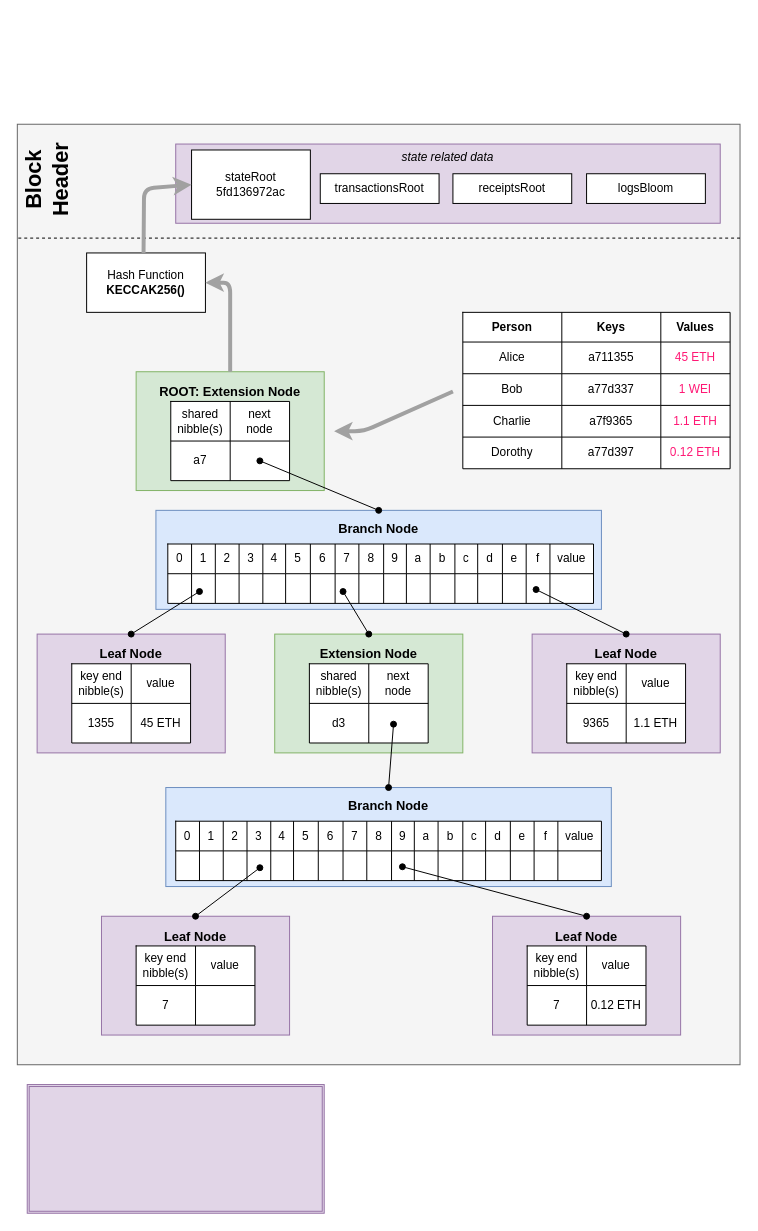
This is page "Page-4" (4 of 5) of _posts/fab-eth-v2/diagrams/block_structure.drawio from arnabkaycee/arnabkaycee.github.io, a draw.io file, before an edit. Source tidied: cells renumbered, new cells numbered last; positions are measured from the earlier drawing's top-left corner, leaving out a move shared by most shapes. Both pictures are drawn from the tidied source at 99%, with x=0, y=0 at pixel (-11, 124).
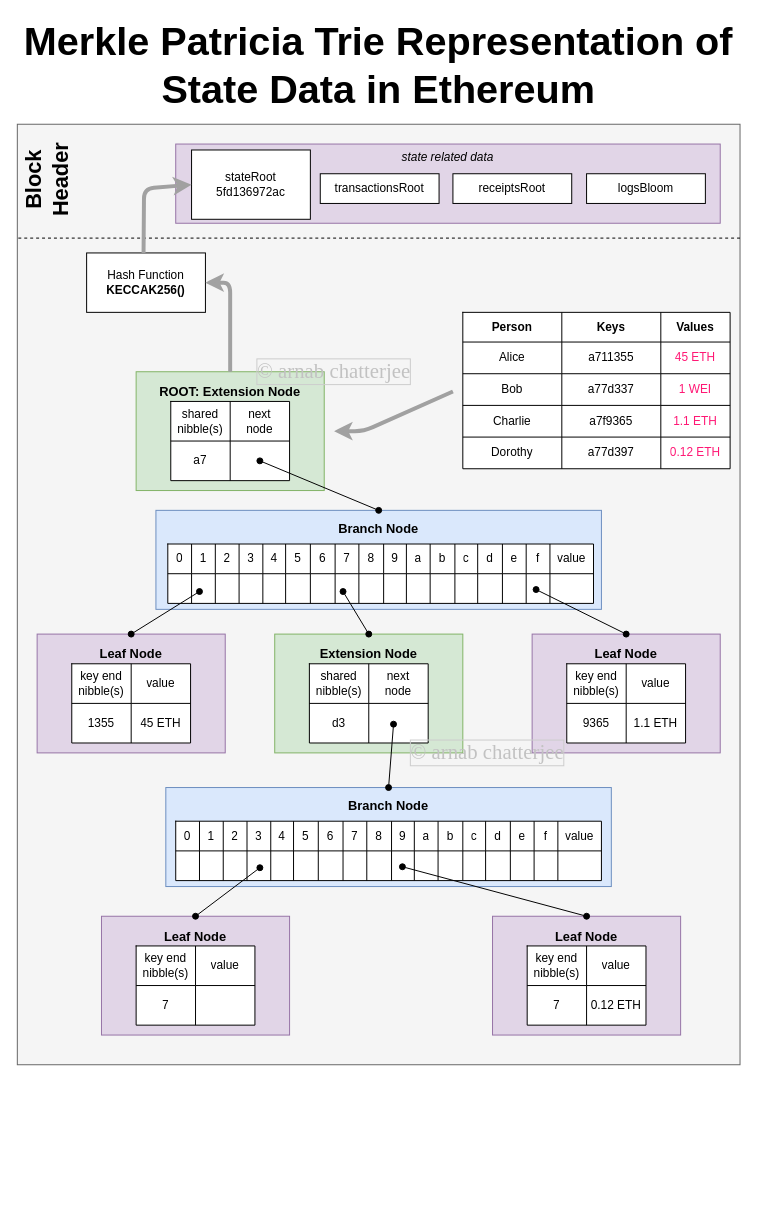
Above is the later version.

Diff of the diagram source:
```diff
@@
-    <mxCell id="174" style="shape=ext;double=1;rounded=0;whiteSpace=wrap;html=1;strokeColor=#9673a6;fillColor=#e1d5e7;fontSize=22;" parent="1" vertex="1">
-      <mxGeometry x="38" y="970" width="300" height="130" as="geometry" />
-    </mxCell>
+    <mxCell id="175" value="© arnab chatterjee" style="text;html=1;strokeColor=none;fillColor=none;align=center;verticalAlign=middle;whiteSpace=wrap;rounded=0;fontFamily=Garamond;fontSize=21;labelBorderColor=#CCCCCC;labelBackgroundColor=none;fontStyle=0;fontColor=#C2C2C2;" parent="1" vertex="1">
+      <mxGeometry x="308" y="625" width="390" height="20" as="geometry" />
+    </mxCell>
+    <mxCell id="176" value="© arnab chatterjee" style="text;html=1;strokeColor=none;fillColor=none;align=center;verticalAlign=middle;whiteSpace=wrap;rounded=0;fontFamily=Garamond;fontSize=21;labelBorderColor=#CCCCCC;labelBackgroundColor=none;fontStyle=0;fontColor=#C2C2C2;" parent="1" vertex="1">
+      <mxGeometry x="153" y="240" width="390" height="20" as="geometry" />
+    </mxCell>
+    <mxCell id="177" value="Merkle Patricia Trie Representation of State Data in Ethereum" style="text;html=1;strokeColor=none;fillColor=none;align=center;verticalAlign=middle;whiteSpace=wrap;rounded=0;fontStyle=1;fontSize=40;" parent="1" vertex="1">
+      <mxGeometry x="28" y="-70" width="730" height="20" as="geometry" />
+    </mxCell>
```
